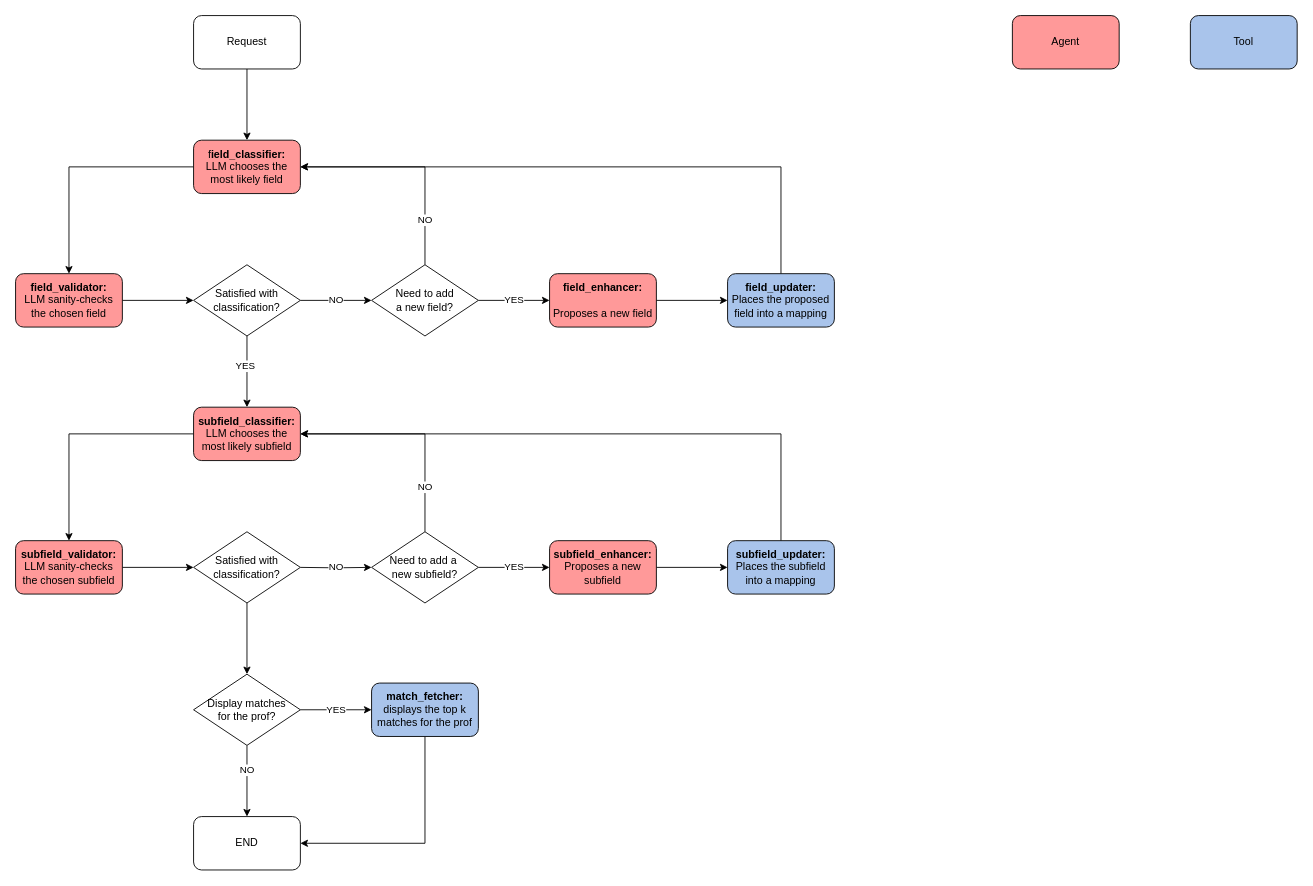
This is docs/diagrams/FinalGraph.drawio from sharmaaaryan4012/ATLAS-Research-Theme, a draw.io file, before an edit. Source tidied: cells renumbered, new cells numbered last; positions are measured from the earlier drawing's top-left corner, leaving out a move shared by most shapes. Both pictures are drawn from the tidied source at 89%, with x=0, y=0 at pixel (15, 15).
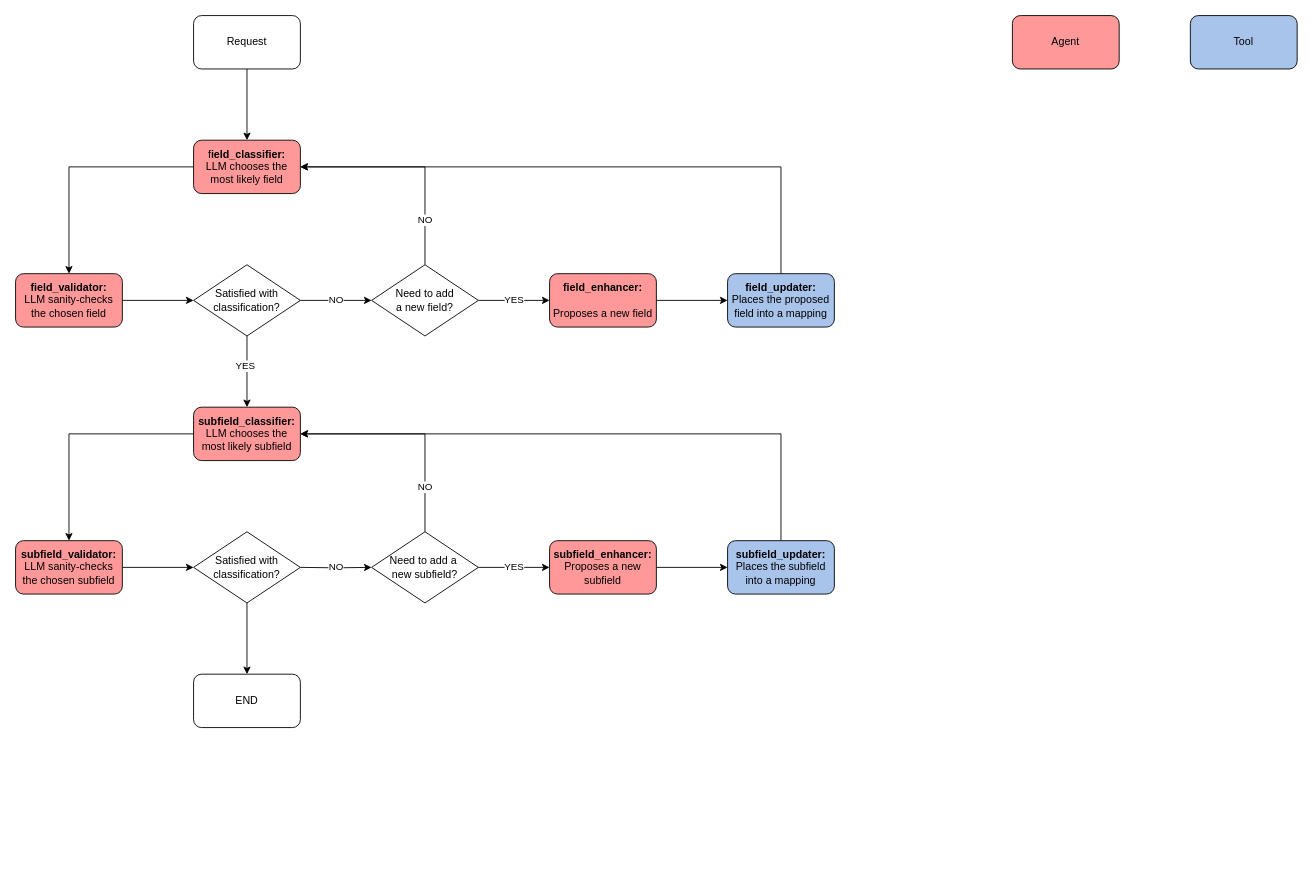
Above is the later version.

The change refers to these unchanged cells:
```xml
<mxCell id="31" value="Satisfied with classification?" style="rhombus;whiteSpace=wrap;html=1;" parent="1" vertex="1">
  <mxGeometry x="200" y="580" width="120" height="80" as="geometry" />
</mxCell>
```

Diff of the diagram source:
```diff
@@
-    <mxCell id="30" style="edgeStyle=orthogonalEdgeStyle;rounded=0;jettySize=auto;html=1;" parent="1" edge="1" source="31" target="36">
+    <mxCell id="30" style="edgeStyle=orthogonalEdgeStyle;rounded=0;jettySize=auto;html=1;entryX=0.5;entryY=0;entryDx=0;entryDy=0;" parent="1" edge="1" source="31" target="39">
       <mxGeometry relative="1" as="geometry" />
     </mxCell>
@@
-    <mxCell id="33" value="YES" style="edgeStyle=orthogonalEdgeStyle;rounded=0;jettySize=auto;html=1;" parent="1" edge="1" source="36" target="38">
-      <mxGeometry relative="1" as="geometry" />
-    </mxCell>
-    <mxCell id="34" style="edgeStyle=orthogonalEdgeStyle;rounded=0;jettySize=auto;html=1;" parent="1" edge="1" source="36" target="39">
-      <mxGeometry relative="1" as="geometry" />
-    </mxCell>
-    <mxCell id="35" value="NO" style="edgeLabel;html=1;align=center;verticalAlign=middle;" parent="34" vertex="1">
-      <mxGeometry x="-0.33" y="-1" relative="1" as="geometry" />
-    </mxCell>
-    <mxCell id="36" value="Display matches&lt;div&gt;for the prof?&lt;/div&gt;" style="rhombus;whiteSpace=wrap;html=1;" parent="1" vertex="1">
-      <mxGeometry x="200" y="740" width="120" height="80" as="geometry" />
-    </mxCell>
-    <mxCell id="37" style="edgeStyle=orthogonalEdgeStyle;rounded=0;jettySize=auto;html=1;entryX=1;entryY=0.5;entryDx=0;entryDy=0;" parent="1" edge="1" source="38" target="39">
-      <mxGeometry relative="1" as="geometry">
-        <Array as="points">
-          <mxPoint x="460" y="930" />
-        </Array>
-      </mxGeometry>
-    </mxCell>
-    <mxCell id="38" value="&lt;b&gt;match_fetcher:&lt;/b&gt;&lt;div&gt;displays the top k matches for the prof&lt;/div&gt;" style="rounded=1;whiteSpace=wrap;html=1;fillColor=#A9C4EB;" parent="1" vertex="1">
-      <mxGeometry x="400" y="750" width="120" height="60" as="geometry" />
-    </mxCell>
     <mxCell id="39" value="END" style="rounded=1;whiteSpace=wrap;html=1;" parent="1" vertex="1">
-      <mxGeometry x="200" y="900" width="120" height="60" as="geometry" />
+      <mxGeometry x="200" y="740" width="120" height="60" as="geometry" />
     </mxCell>
```
